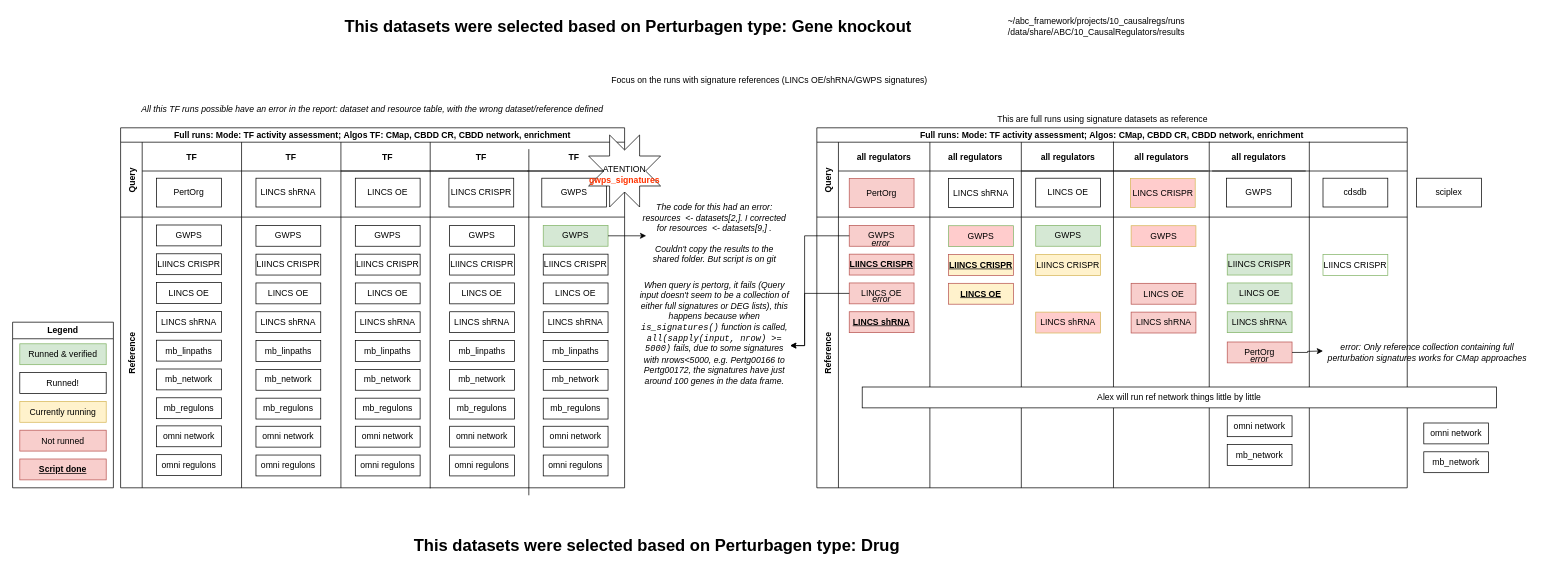
This is run_results_tracker.drawio from mivgomes/drawio, a draw.io file, before an edit. Source tidied: cells renumbered, new cells numbered last; positions are measured from the earlier drawing's top-left corner, leaving out a move shared by most shapes. Both pictures are drawn from the tidied source at 72%, with x=0, y=0 at pixel (12, 12).
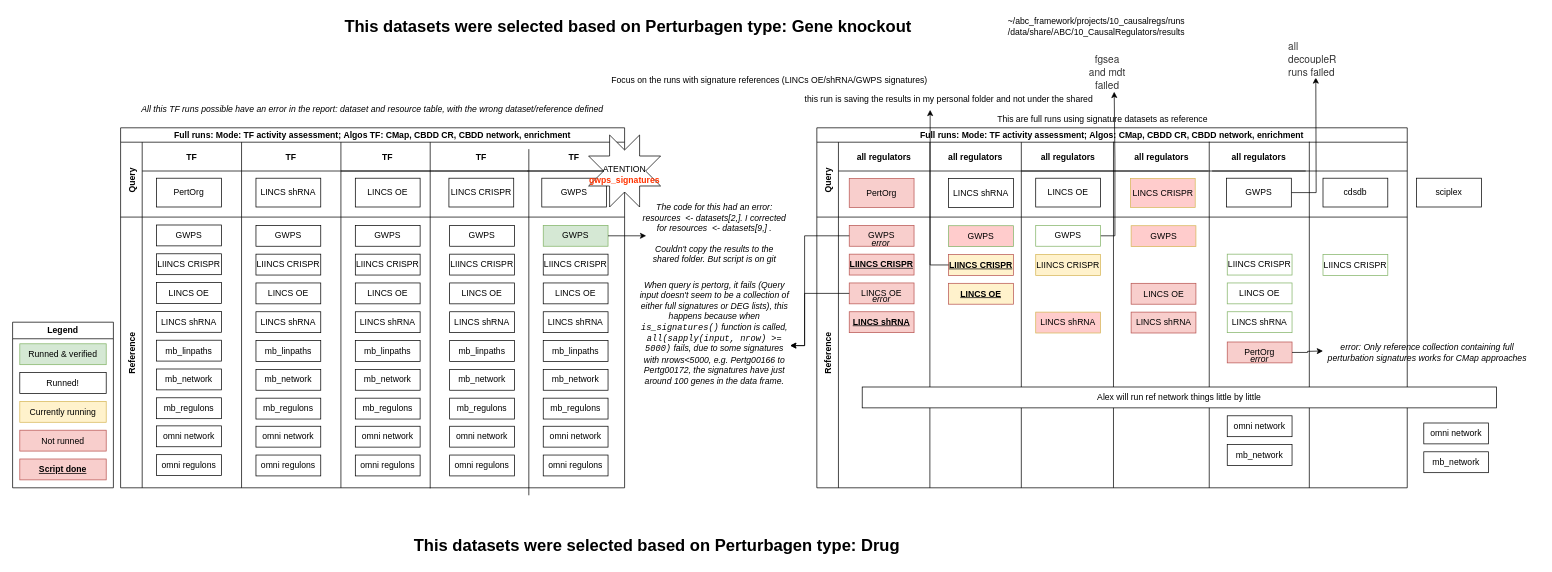
The same diagram, later.

The change refers to these unchanged cells:
```xml
<mxCell id="91" value="LIINCS CRISPR" style="rounded=0;whiteSpace=wrap;html=1;fillColor=#FFF2CC;strokeColor=#b85450;fontStyle=5;" parent="83" vertex="1">
  <mxGeometry x="26" y="52" width="90" height="29" as="geometry" />
</mxCell>
<mxCell id="94" style="swimlane;swimlaneHead=0;swimlaneBody=0;fillColor=none;startSize=0;fontStyle=1;" parent="81" vertex="1">
  <mxGeometry x="284" width="536" height="376" as="geometry" />
</mxCell>
<mxCell id="105" value="all regulators" style="swimlane;swimlaneHead=0;swimlaneBody=0;fillColor=none;startSize=40;fontStyle=1;" parent="94" vertex="1">
  <mxGeometry x="265" y="-104" width="130" height="104" as="geometry" />
</mxCell>
<mxCell id="106" value="GWPS" style="rounded=0;whiteSpace=wrap;html=1;" parent="105" vertex="1">
  <mxGeometry x="20" y="50" width="90" height="40" as="geometry" />
</mxCell>
```

The edit, as a diff of the source:
```diff
@@
+    <mxCell id="139" style="edgeStyle=orthogonalEdgeStyle;rounded=0;jettySize=auto;html=1;" parent="94" edge="1" source="95">
+      <mxGeometry relative="1" as="geometry">
+        <mxPoint x="129" y="-174" as="targetPoint" />
+      </mxGeometry>
+    </mxCell>
-    <mxCell id="95" value="GWPS" style="rounded=0;whiteSpace=wrap;html=1;fillColor=#d5e8d4;strokeColor=#82b366;" parent="94" vertex="1">
+    <mxCell id="95" value="GWPS" style="rounded=0;whiteSpace=wrap;html=1;fillColor=none;strokeColor=#82b366;" parent="94" vertex="1">
       <mxGeometry x="20" y="11.5" width="90" height="29" as="geometry" />
     </mxCell>
@@
+    <mxCell id="140" style="edgeStyle=orthogonalEdgeStyle;rounded=0;jettySize=auto;html=1;" parent="105" edge="1" source="106">
+      <mxGeometry relative="1" as="geometry">
+        <mxPoint x="144" y="-90" as="targetPoint" />
+      </mxGeometry>
+    </mxCell>
@@
-    <mxCell id="107" value="LIINCS CRISPR" style="rounded=0;whiteSpace=wrap;html=1;fillColor=#d5e8d4;strokeColor=#82b366;" parent="94" vertex="1">
+    <mxCell id="107" value="LIINCS CRISPR" style="rounded=0;whiteSpace=wrap;html=1;fillColor=none;strokeColor=#82b366;" parent="94" vertex="1">
       <mxGeometry x="286" y="51.5" width="90" height="29" as="geometry" />
     </mxCell>
-    <mxCell id="108" value="LINCS OE" style="rounded=0;whiteSpace=wrap;html=1;fillColor=#d5e8d4;strokeColor=#82b366;" parent="94" vertex="1">
+    <mxCell id="108" value="LINCS OE" style="rounded=0;whiteSpace=wrap;html=1;fillColor=none;strokeColor=#82b366;" parent="94" vertex="1">
       <mxGeometry x="286" y="91.5" width="90" height="29" as="geometry" />
     </mxCell>
-    <mxCell id="109" value="LINCS shRNA" style="rounded=0;whiteSpace=wrap;html=1;fillColor=#d5e8d4;strokeColor=#82b366;" parent="94" vertex="1">
+    <mxCell id="109" value="LINCS shRNA" style="rounded=0;whiteSpace=wrap;html=1;fillColor=none;strokeColor=#82b366;" parent="94" vertex="1">
       <mxGeometry x="286" y="131.5" width="90" height="29" as="geometry" />
     </mxCell>
@@
+    <mxCell id="141" value="&lt;span style=&quot;color: rgb(51, 51, 51); font-family: &amp;quot;Helvetica Neue&amp;quot;, Helvetica, Arial, sans-serif; font-size: 14px; text-align: -webkit-left; text-wrap-mode: wrap; background-color: rgb(255, 255, 255);&quot;&gt;fgsea and&amp;nbsp;&lt;/span&gt;&lt;span style=&quot;color: rgb(51, 51, 51); font-family: &amp;quot;Helvetica Neue&amp;quot;, Helvetica, Arial, sans-serif; font-size: 14px; text-align: -webkit-left; text-wrap-mode: wrap; background-color: rgb(255, 255, 255);&quot;&gt;mdt failed&lt;/span&gt;" style="text;html=1;align=center;verticalAlign=middle;strokeColor=none;fillColor=none;" parent="1" vertex="1">
+      <mxGeometry x="1445" y="68" width="150" height="30" as="geometry" />
+    </mxCell>
+    <mxCell id="142" value="&lt;div style=&quot;text-align: -webkit-left;&quot;&gt;&lt;font face=&quot;Helvetica Neue, Helvetica, Arial, sans-serif&quot; color=&quot;#333333&quot;&gt;&lt;span style=&quot;font-size: 14px; text-wrap-mode: wrap; background-color: rgb(255, 255, 255);&quot;&gt;all decoupleR runs failed&lt;/span&gt;&lt;/font&gt;&lt;/div&gt;" style="text;html=1;align=center;verticalAlign=middle;strokeColor=none;fillColor=none;" parent="1" vertex="1">
+      <mxGeometry x="1715" y="50" width="180" height="30" as="geometry" />
+    </mxCell>
+    <mxCell id="143" value="this run is saving the results in my personal folder and not under the shared" style="text;html=1;align=center;verticalAlign=middle;points=[];strokeColor=none;fillColor=none;" parent="1" vertex="1">
+      <mxGeometry x="1090" y="105" width="420" height="30" as="geometry" />
+    </mxCell>
+    <mxCell id="144" style="edgeStyle=orthogonalEdgeStyle;rounded=0;jettySize=auto;html=1;entryX=0.439;entryY=1.001;entryDx=0;entryDy=0;entryPerimeter=0;exitX=0;exitY=0.5;exitDx=0;exitDy=0;" parent="1" edge="1" source="91" target="143">
+      <mxGeometry relative="1" as="geometry" />
+    </mxCell>
```
